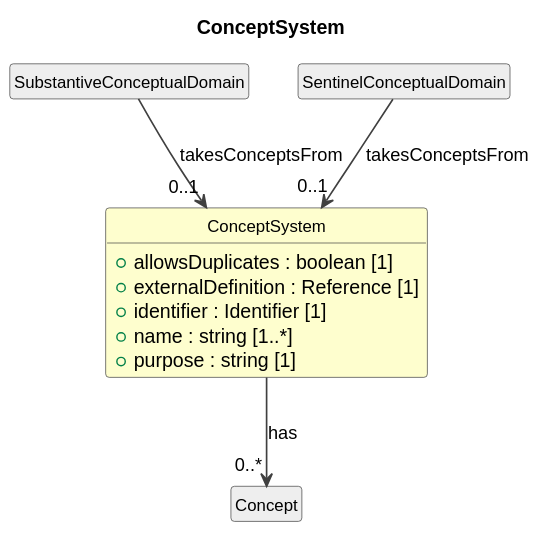
Cross-Domain-Interoperability-Framework/metadataBuildingBlocks keeps this PlantUML diagram as cdif-uml-model/CDIFDataStructure/Classes/ConceptSystem.svg. Above is the earlier version. Its diagram source:
```plantuml
@startuml
title ConceptSystem
hide circle
hide empty members
skinparam shadowing false
skinparam ArrowThickness 1.2
skinparam class {
  ArrowColor #404040
  BorderColor #404040
  FontSize 12
}

class "ConceptSystem" as ConceptSystem #FEFECE {
  +allowsDuplicates : boolean [1]
  +externalDefinition : Reference [1]
  +identifier : Identifier [1]
  +name : string [1..*]
  +purpose : string [1]
}
class "Concept" as Concept #EEEEEE
ConceptSystem --> "0..*" Concept : has
class "SubstantiveConceptualDomain" as SubstantiveConceptualDomain #EEEEEE
SubstantiveConceptualDomain --> "0..1" ConceptSystem : takesConceptsFrom
class "SentinelConceptualDomain" as SentinelConceptualDomain #EEEEEE
SentinelConceptualDomain --> "0..1" ConceptSystem : takesConceptsFrom
@enduml
```
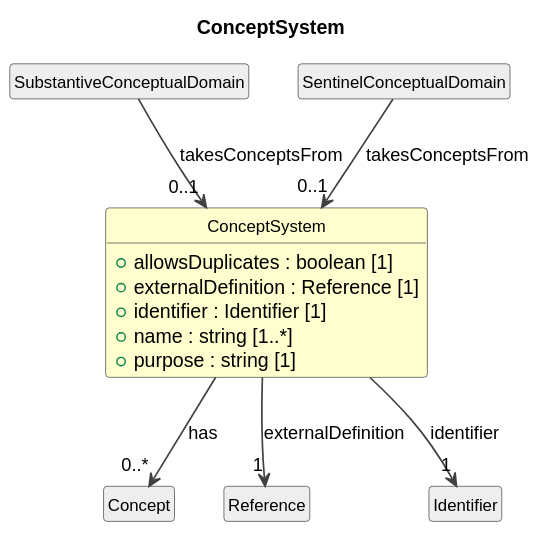
The same diagram one commit later.

Diff of the diagram source:
```diff
@@ -23,4 +23,8 @@
 SubstantiveConceptualDomain --> "0..1" ConceptSystem : takesConceptsFrom
 class "SentinelConceptualDomain" as SentinelConceptualDomain #EEEEEE
 SentinelConceptualDomain --> "0..1" ConceptSystem : takesConceptsFrom
+class "Reference" as Reference #EEEEEE
+ConceptSystem --> "1" Reference : externalDefinition
+class "Identifier" as Identifier #EEEEEE
+ConceptSystem --> "1" Identifier : identifier
 @enduml
```
